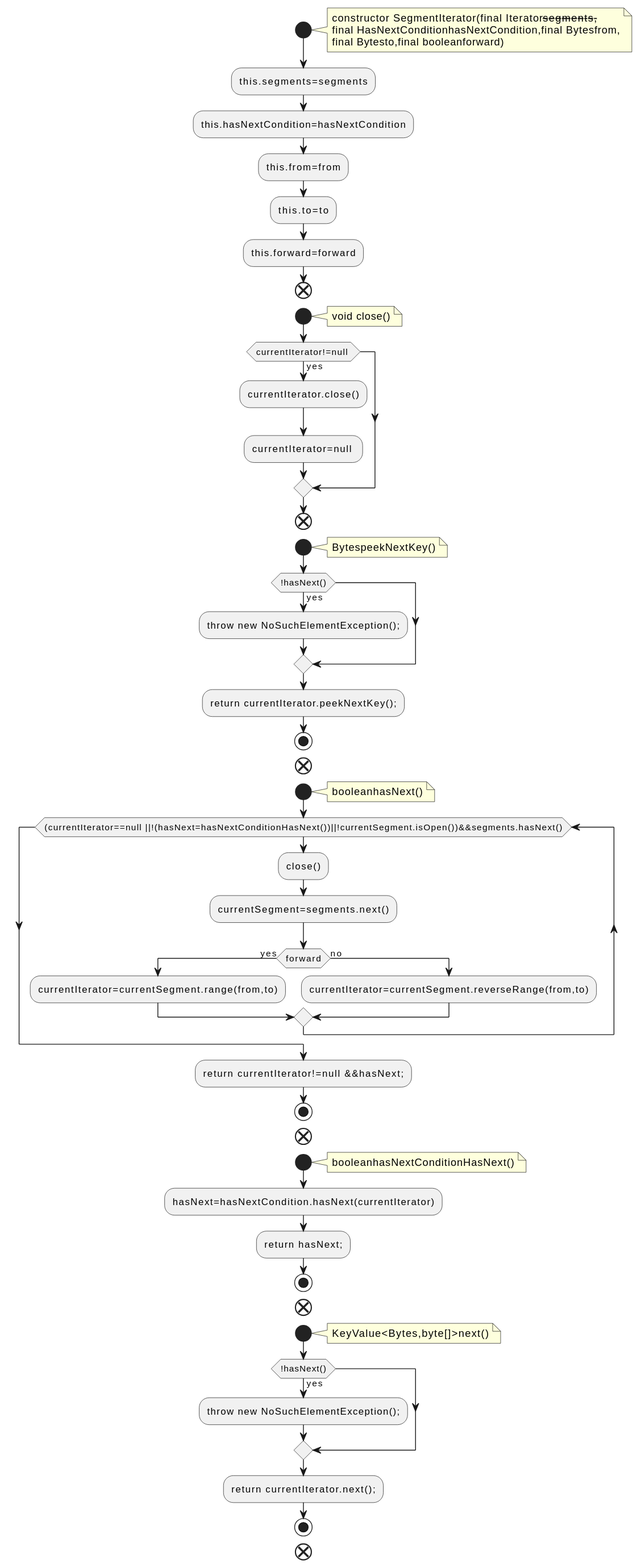
This is docs/qc/streams/src/main/java/org/apache/kafka/streams/state/internals/SegmentIterator.java.fct.svg from qualitesys/kafka, a PlantUML export, as it was before one commit.
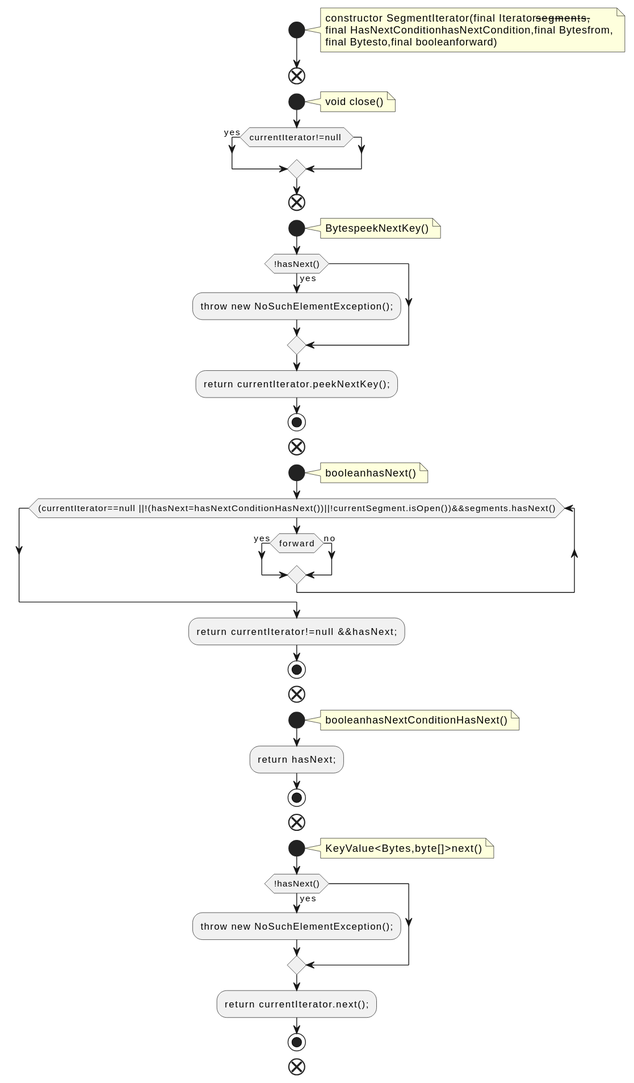
After the commit.

What changed in the source:
```diff
@@ -6,19 +6,12 @@
 final HasNextConditionhasNextCondition,final Bytesfrom,
 final Bytesto,final booleanforward)
 end note
-:this.segments=segments;
-:this.hasNextCondition=hasNextCondition;
-:this.from=from;
-:this.to=to;
-:this.forward=forward;
 end
 start
 note right
 void close()
 end note
 if (currentIterator!=null ) then (yes)
-:currentIterator.close();
-:currentIterator=null ;
 endif
 end
 start
@@ -36,12 +29,8 @@
 booleanhasNext()
 end note
 while ((currentIterator==null ||!(hasNext=hasNextConditionHasNext())||!currentSegment.isOpen())&&segments.hasNext())
-:close();
-:currentSegment=segments.next();
 if (forward) then (yes)
-:currentIterator=currentSegment.range(from,to);
 else (no)
-:currentIterator=currentSegment.reverseRange(from,to);
 endif
 endwhile
 :return currentIterator!=null &&hasNext;;
@@ -51,7 +40,6 @@
 note right
 booleanhasNextConditionHasNext()
 end note
-:hasNext=hasNextCondition.hasNext(currentIterator);
 :return hasNext;;
 stop
 end
```
